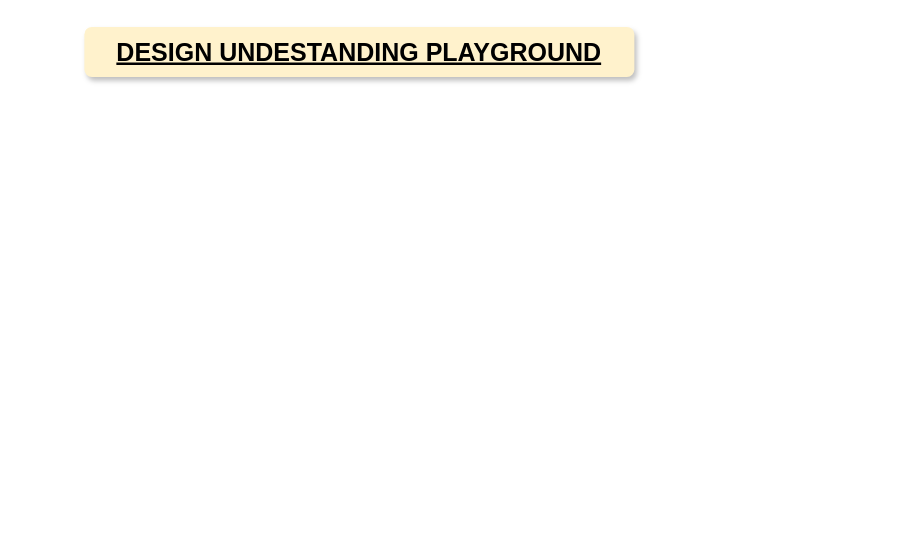
Before: Untitled Diagram.drawio in souravdasbiswas/playground, a draw.io diagram. Source tidied: cells renumbered, new cells numbered last; positions are measured from the earlier drawing's top-left corner, leaving out a move shared by most shapes. Both pictures are drawn from the tidied source at 125%, with x=0, y=0 at pixel (84, 26).
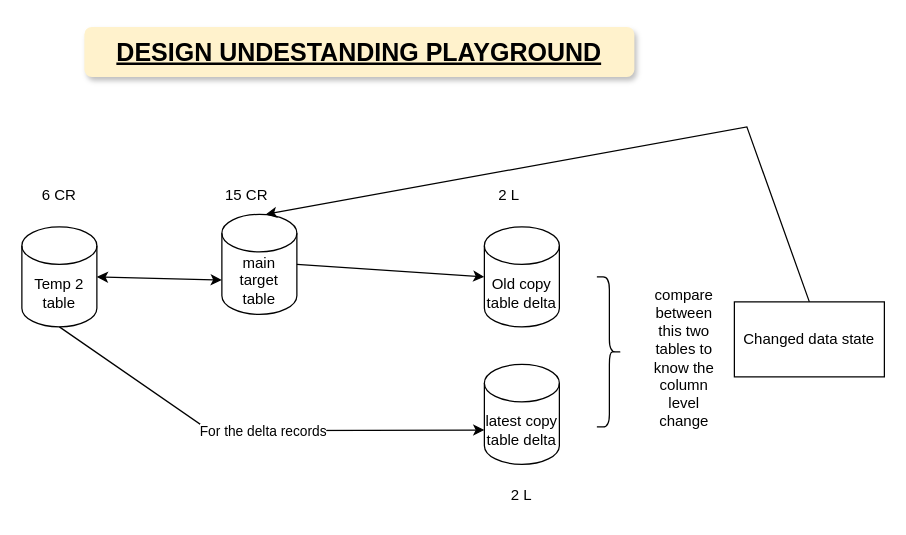
The same page after the edit.

What changed in the source:
```diff
@@
+    <mxCell id="3" value="Temp 2 table" style="shape=cylinder3;whiteSpace=wrap;html=1;boundedLbl=1;backgroundOutline=1;size=15;" parent="1" vertex="1">
+      <mxGeometry x="-50" y="160" width="60" height="80" as="geometry" />
+    </mxCell>
+    <mxCell id="4" value="main target table" style="shape=cylinder3;whiteSpace=wrap;html=1;boundedLbl=1;backgroundOutline=1;size=15;" parent="1" vertex="1">
+      <mxGeometry x="110" y="150" width="60" height="80" as="geometry" />
+    </mxCell>
+    <mxCell id="5" value="Old copy table delta" style="shape=cylinder3;whiteSpace=wrap;html=1;boundedLbl=1;backgroundOutline=1;size=15;" parent="1" vertex="1">
+      <mxGeometry x="320" y="160" width="60" height="80" as="geometry" />
+    </mxCell>
+    <mxCell id="6" value="latest copy table delta" style="shape=cylinder3;whiteSpace=wrap;html=1;boundedLbl=1;backgroundOutline=1;size=15;" parent="1" vertex="1">
+      <mxGeometry x="320" y="270" width="60" height="80" as="geometry" />
+    </mxCell>
+    <mxCell id="7" style="endArrow=classic;startArrow=classic;html=1;rounded=0;exitX=1;exitY=0.5;exitDx=0;exitDy=0;exitPerimeter=0;entryX=0;entryY=0;entryDx=0;entryDy=52.5;entryPerimeter=0;" parent="1" edge="1" source="3" target="4">
+      <mxGeometry relative="1" as="geometry" />
+    </mxCell>
+    <mxCell id="8" style="endArrow=classic;html=1;rounded=0;exitX=1;exitY=0.5;exitDx=0;exitDy=0;exitPerimeter=0;entryX=0;entryY=0.5;entryDx=0;entryDy=0;entryPerimeter=0;" parent="1" edge="1" source="4" target="5">
+      <mxGeometry relative="1" as="geometry" />
+    </mxCell>
+    <mxCell id="9" style="endArrow=classic;html=1;rounded=0;exitX=0.5;exitY=1;exitDx=0;exitDy=0;exitPerimeter=0;entryX=0;entryY=0;entryDx=0;entryDy=52.5;entryPerimeter=0;" parent="1" edge="1" source="3" target="6">
+      <mxGeometry relative="1" as="geometry">
+        <Array as="points">
+          <mxPoint x="100" y="323" />
+        </Array>
+      </mxGeometry>
+    </mxCell>
+    <mxCell id="10" value="For the delta records" style="edgeLabel;html=1;align=center;verticalAlign=middle;" parent="9" vertex="1">
+      <mxGeometry x="0.03" y="-1" relative="1" as="geometry" />
+    </mxCell>
+    <mxCell id="11" style="shape=curlyBracket;whiteSpace=wrap;html=1;rounded=1;flipH=1;labelPosition=right;verticalLabelPosition=middle;align=left;verticalAlign=middle;" parent="1" vertex="1">
+      <mxGeometry x="410" y="200" width="20" height="120" as="geometry" />
+    </mxCell>
+    <mxCell id="12" value="compare between this two tables to know the column level change" style="text;html=1;align=center;verticalAlign=middle;whiteSpace=wrap;rounded=0;" parent="1" vertex="1">
+      <mxGeometry x="450" y="250" width="60" height="30" as="geometry" />
+    </mxCell>
+    <mxCell id="13" value="6 CR" style="text;html=1;align=center;verticalAlign=middle;whiteSpace=wrap;rounded=0;" parent="1" vertex="1">
+      <mxGeometry x="-50" y="120" width="60" height="30" as="geometry" />
+    </mxCell>
+    <mxCell id="14" value="15 CR" style="text;html=1;align=center;verticalAlign=middle;whiteSpace=wrap;rounded=0;" parent="1" vertex="1">
+      <mxGeometry x="100" y="120" width="60" height="30" as="geometry" />
+    </mxCell>
+    <mxCell id="15" value="2 L" style="text;html=1;align=center;verticalAlign=middle;whiteSpace=wrap;rounded=0;" parent="1" vertex="1">
+      <mxGeometry x="310" y="120" width="60" height="30" as="geometry" />
+    </mxCell>
+    <mxCell id="16" value="2 L" style="text;html=1;align=center;verticalAlign=middle;whiteSpace=wrap;rounded=0;" parent="1" vertex="1">
+      <mxGeometry x="320" y="360" width="60" height="30" as="geometry" />
+    </mxCell>
+    <mxCell id="17" value="Changed data state" style="rounded=0;whiteSpace=wrap;html=1;" parent="1" vertex="1">
+      <mxGeometry x="520" y="220" width="120" height="60" as="geometry" />
+    </mxCell>
+    <mxCell id="18" style="endArrow=classic;html=1;rounded=0;exitX=0.5;exitY=0;exitDx=0;exitDy=0;entryX=0.75;entryY=1;entryDx=0;entryDy=0;" parent="1" edge="1" source="17" target="14">
+      <mxGeometry relative="1" as="geometry">
+        <Array as="points">
+          <mxPoint x="530" y="80" />
+        </Array>
+      </mxGeometry>
+    </mxCell>
```
